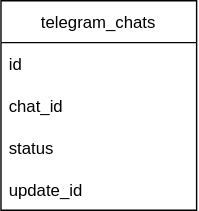
Earlier version of the draw.io export Documents/bot/db_bot.svg (dedovvlad/currency-analist). Source tidied: cells renumbered, new cells last; positions are measured from the earlier drawing's top-left corner, leaving out a move shared by most shapes.
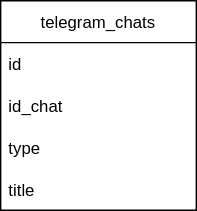
The same file after the commit.

The edit, as a diff of the source:
```diff
@@ -8,13 +8,13 @@
     <mxCell id="3" value="id" style="text;strokeColor=none;fillColor=none;align=left;verticalAlign=middle;spacingLeft=4;spacingRight=4;overflow=hidden;" parent="2" vertex="1">
       <mxGeometry y="30" width="140" height="30" as="geometry" />
     </mxCell>
-    <mxCell id="4" value="chat_id" style="text;strokeColor=none;fillColor=none;align=left;verticalAlign=middle;spacingLeft=4;spacingRight=4;overflow=hidden;" parent="2" vertex="1">
+    <mxCell id="4" value="id_chat" style="text;strokeColor=none;fillColor=none;align=left;verticalAlign=middle;spacingLeft=4;spacingRight=4;overflow=hidden;" parent="2" vertex="1">
       <mxGeometry y="60" width="140" height="30" as="geometry" />
     </mxCell>
-    <mxCell id="5" value="status" style="text;strokeColor=none;fillColor=none;align=left;verticalAlign=middle;spacingLeft=4;spacingRight=4;overflow=hidden;" parent="2" vertex="1">
+    <mxCell id="5" value="type" style="text;strokeColor=none;fillColor=none;align=left;verticalAlign=middle;spacingLeft=4;spacingRight=4;overflow=hidden;" parent="2" vertex="1">
       <mxGeometry y="90" width="140" height="30" as="geometry" />
     </mxCell>
-    <mxCell id="6" value="update_id" style="text;strokeColor=none;fillColor=none;align=left;verticalAlign=middle;spacingLeft=4;spacingRight=4;overflow=hidden;" parent="2" vertex="1">
+    <mxCell id="6" value="title" style="text;strokeColor=none;fillColor=none;align=left;verticalAlign=middle;spacingLeft=4;spacingRight=4;overflow=hidden;" parent="2" vertex="1">
       <mxGeometry y="120" width="140" height="30" as="geometry" />
     </mxCell>
   </root>
```
